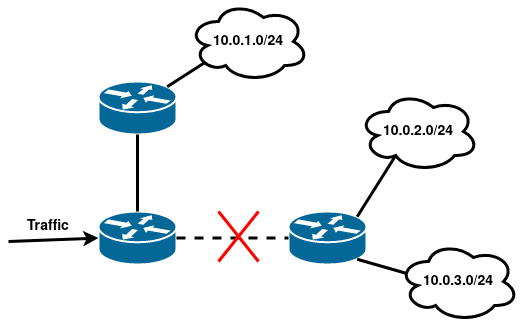
This is images/ip_route.png from benmandrew/DTLSR-Dissertation, a draw.io export, as it was before one commit. Source tidied: cells renumbered, new cells last; positions are measured from the earlier drawing's top-left corner, leaving out a move shared by most shapes.
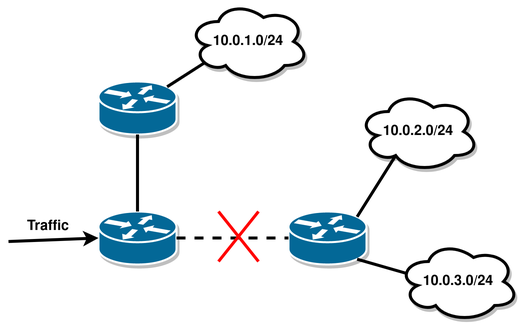
The same file after the commit.

Diff of the diagram source:
```diff
@@ -2,13 +2,13 @@
   <root>
     <mxCell id="0" />
     <mxCell id="1" parent="0" />
-    <mxCell id="2" style="shape=mxgraph.cisco.routers.router;html=1;dashed=0;fillColor=#036897;strokeColor=#ffffff;strokeWidth=2;verticalLabelPosition=bottom;verticalAlign=top;align=center;outlineConnect=0;" parent="1" vertex="1">
+    <mxCell id="2" style="shape=mxgraph.cisco.routers.router;html=1;dashed=0;fillColor=#036897;strokeColor=#ffffff;strokeWidth=2;verticalLabelPosition=bottom;verticalAlign=top;align=center;outlineConnect=0;shadow=1;" parent="1" vertex="1">
       <mxGeometry x="90" y="210" width="78" height="53" as="geometry" />
     </mxCell>
-    <mxCell id="3" style="shape=mxgraph.cisco.routers.router;html=1;dashed=0;fillColor=#036897;strokeColor=#ffffff;strokeWidth=2;verticalLabelPosition=bottom;verticalAlign=top;align=center;outlineConnect=0;" parent="1" vertex="1">
+    <mxCell id="3" style="shape=mxgraph.cisco.routers.router;html=1;dashed=0;fillColor=#036897;strokeColor=#ffffff;strokeWidth=2;verticalLabelPosition=bottom;verticalAlign=top;align=center;outlineConnect=0;shadow=1;" parent="1" vertex="1">
       <mxGeometry x="280" y="210" width="78" height="53" as="geometry" />
     </mxCell>
-    <mxCell id="4" style="shape=mxgraph.cisco.routers.router;html=1;dashed=0;fillColor=#036897;strokeColor=#ffffff;strokeWidth=2;verticalLabelPosition=bottom;verticalAlign=top;align=center;outlineConnect=0;" parent="1" vertex="1">
+    <mxCell id="4" style="shape=mxgraph.cisco.routers.router;html=1;dashed=0;fillColor=#036897;strokeColor=#ffffff;strokeWidth=2;verticalLabelPosition=bottom;verticalAlign=top;align=center;outlineConnect=0;shadow=1;" parent="1" vertex="1">
       <mxGeometry x="90" y="80" width="78" height="53" as="geometry" />
     </mxCell>
     <mxCell id="5" style="endArrow=none;html=1;rounded=0;strokeWidth=3;exitX=0.5;exitY=0;exitDx=0;exitDy=0;exitPerimeter=0;entryX=0.5;entryY=1;entryDx=0;entryDy=0;entryPerimeter=0;" parent="1" edge="1" source="2" target="4">
@@ -26,13 +26,13 @@
     <mxCell id="9" style="endArrow=none;html=1;rounded=0;strokeWidth=3;exitX=0.88;exitY=0.9;exitDx=0;exitDy=0;exitPerimeter=0;entryX=0.07;entryY=0.4;entryDx=0;entryDy=0;entryPerimeter=0;" parent="1" edge="1" source="3" target="12">
       <mxGeometry relative="1" as="geometry" />
     </mxCell>
-    <mxCell id="10" value="&lt;b&gt;&lt;font style=&quot;font-size: 14px&quot;&gt;10.0.1.0/24&lt;/font&gt;&lt;/b&gt;" style="ellipse;shape=cloud;whiteSpace=wrap;html=1;strokeWidth=3;" parent="1" vertex="1">
+    <mxCell id="10" value="&lt;b&gt;&lt;font style=&quot;font-size: 14px&quot;&gt;10.0.1.0/24&lt;/font&gt;&lt;/b&gt;" style="ellipse;shape=cloud;whiteSpace=wrap;html=1;strokeWidth=3;shadow=1;" parent="1" vertex="1">
       <mxGeometry x="180" width="120" height="80" as="geometry" />
     </mxCell>
-    <mxCell id="11" value="&lt;div style=&quot;font-size: 14px&quot;&gt;&lt;b&gt;&lt;font style=&quot;font-size: 14px&quot;&gt;10.0.2.0/24&lt;/font&gt;&lt;/b&gt;&lt;/div&gt;" style="ellipse;shape=cloud;whiteSpace=wrap;html=1;strokeWidth=3;" parent="1" vertex="1">
+    <mxCell id="11" value="&lt;div style=&quot;font-size: 14px&quot;&gt;&lt;b&gt;&lt;font style=&quot;font-size: 14px&quot;&gt;10.0.2.0/24&lt;/font&gt;&lt;/b&gt;&lt;/div&gt;" style="ellipse;shape=cloud;whiteSpace=wrap;html=1;strokeWidth=3;shadow=1;" parent="1" vertex="1">
       <mxGeometry x="350" y="90" width="120" height="80" as="geometry" />
     </mxCell>
-    <mxCell id="12" value="&lt;b&gt;&lt;font style=&quot;font-size: 14px&quot;&gt;10.0.3.0/24&lt;/font&gt;&lt;/b&gt;" style="ellipse;shape=cloud;whiteSpace=wrap;html=1;strokeWidth=3;" parent="1" vertex="1">
+    <mxCell id="12" value="&lt;b&gt;&lt;font style=&quot;font-size: 14px&quot;&gt;10.0.3.0/24&lt;/font&gt;&lt;/b&gt;" style="ellipse;shape=cloud;whiteSpace=wrap;html=1;strokeWidth=3;shadow=1;" parent="1" vertex="1">
       <mxGeometry x="390" y="240" width="120" height="80" as="geometry" />
     </mxCell>
     <mxCell id="13" style="endArrow=none;html=1;rounded=0;fontSize=14;strokeWidth=3;strokeColor=#FF0000;" parent="1" edge="1">
```
